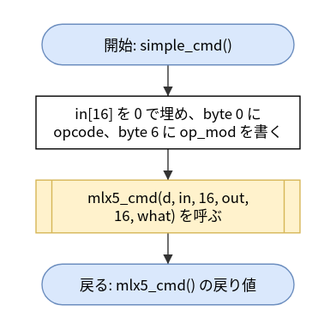
This is doc/spec/images/flow_src_mlx5_hca-simple_cmd.drawio.svg from hf355051012-ai/bfmem, a draw.io export, as it was before one commit. Source tidied: cells renumbered, new cells last; positions are measured from the earlier drawing's top-left corner, leaving out a move shared by most shapes. Source of this version:
```xml
<mxGraphModel>
  <root>
    <mxCell id="0" />
    <mxCell id="1" parent="0" />
    <mxCell id="2" value="開始: simple_cmd()" style="rounded=1;arcSize=50;whiteSpace=wrap;html=1;fillColor=#dae8fc;strokeColor=#6c8ebf;" parent="1" vertex="1">
      <mxGeometry x="5" width="210" height="34" as="geometry" />
    </mxCell>
    <mxCell id="3" value="in[16] を 0 で埋め、byte 0 に&lt;br&gt;opcode、byte 6 に op_mod を書く" style="rounded=0;whiteSpace=wrap;html=1;" parent="1" vertex="1">
      <mxGeometry y="60" width="220" height="44" as="geometry" />
    </mxCell>
    <mxCell id="4" value="mlx5_cmd(d, in, 16, out,&lt;br&gt;16, what) を呼ぶ" style="shape=process;whiteSpace=wrap;html=1;backgroundOutline=1;size=0.06;fillColor=#fff2cc;strokeColor=#d6b656;" parent="1" vertex="1">
      <mxGeometry y="130" width="220" height="44" as="geometry" />
    </mxCell>
    <mxCell id="5" value="戻る: mlx5_cmd() の戻り値" style="rounded=1;arcSize=50;whiteSpace=wrap;html=1;fillColor=#dae8fc;strokeColor=#6c8ebf;" parent="1" vertex="1">
      <mxGeometry x="5" y="200" width="210" height="34" as="geometry" />
    </mxCell>
    <mxCell id="6" style="edgeStyle=none;html=1;rounded=0;endArrow=block;endFill=1;exitX=0.5000;exitY=1.0000;exitDx=0;exitDy=0;exitPerimeter=0;entryX=0.5000;entryY=0.0000;entryDx=0;entryDy=0;entryPerimeter=0;" parent="1" edge="1" source="2" target="3">
      <mxGeometry relative="1" as="geometry" />
    </mxCell>
    <mxCell id="7" style="edgeStyle=none;html=1;rounded=0;endArrow=block;endFill=1;exitX=0.5000;exitY=1.0000;exitDx=0;exitDy=0;exitPerimeter=0;entryX=0.5000;entryY=0.0000;entryDx=0;entryDy=0;entryPerimeter=0;" parent="1" edge="1" source="3" target="4">
      <mxGeometry relative="1" as="geometry" />
    </mxCell>
    <mxCell id="8" style="edgeStyle=none;html=1;rounded=0;endArrow=block;endFill=1;exitX=0.5000;exitY=1.0000;exitDx=0;exitDy=0;exitPerimeter=0;entryX=0.5000;entryY=0.0000;entryDx=0;entryDy=0;entryPerimeter=0;" parent="1" edge="1" source="4" target="5">
      <mxGeometry relative="1" as="geometry" />
    </mxCell>
  </root>
</mxGraphModel>
```
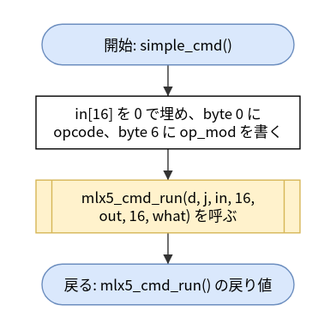
Later version of the same file.

The edit, as a diff of the source:
```diff
@@ -8,10 +8,10 @@
     <mxCell id="3" value="in[16] を 0 で埋め、byte 0 に&lt;br&gt;opcode、byte 6 に op_mod を書く" style="rounded=0;whiteSpace=wrap;html=1;" parent="1" vertex="1">
       <mxGeometry y="60" width="220" height="44" as="geometry" />
     </mxCell>
-    <mxCell id="4" value="mlx5_cmd(d, in, 16, out,&lt;br&gt;16, what) を呼ぶ" style="shape=process;whiteSpace=wrap;html=1;backgroundOutline=1;size=0.06;fillColor=#fff2cc;strokeColor=#d6b656;" parent="1" vertex="1">
+    <mxCell id="4" value="mlx5_cmd_run(d, j, in, 16,&lt;br&gt;out, 16, what) を呼ぶ" style="shape=process;whiteSpace=wrap;html=1;backgroundOutline=1;size=0.06;fillColor=#fff2cc;strokeColor=#d6b656;" parent="1" vertex="1">
       <mxGeometry y="130" width="220" height="44" as="geometry" />
     </mxCell>
-    <mxCell id="5" value="戻る: mlx5_cmd() の戻り値" style="rounded=1;arcSize=50;whiteSpace=wrap;html=1;fillColor=#dae8fc;strokeColor=#6c8ebf;" parent="1" vertex="1">
+    <mxCell id="5" value="戻る: mlx5_cmd_run() の戻り値" style="rounded=1;arcSize=50;whiteSpace=wrap;html=1;fillColor=#dae8fc;strokeColor=#6c8ebf;" parent="1" vertex="1">
       <mxGeometry x="5" y="200" width="210" height="34" as="geometry" />
     </mxCell>
     <mxCell id="6" style="edgeStyle=none;html=1;rounded=0;endArrow=block;endFill=1;exitX=0.5000;exitY=1.0000;exitDx=0;exitDy=0;exitPerimeter=0;entryX=0.5000;entryY=0.0000;entryDx=0;entryDy=0;entryPerimeter=0;" parent="1" edge="1" source="2" target="3">
```
